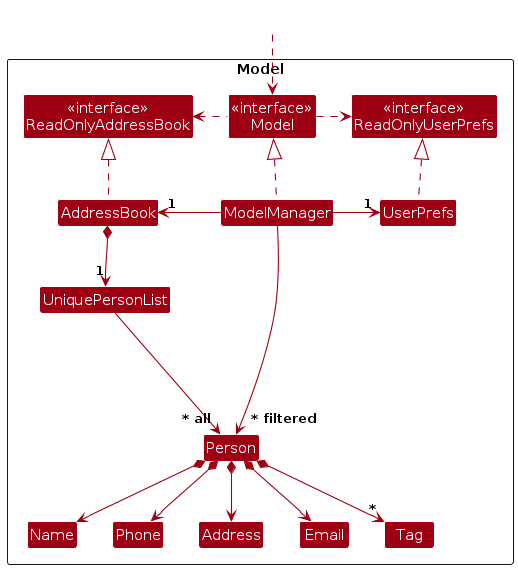
This is diagrams/ModelClassDiagram.png from AY2627S1-CS2103T-T16-1/tp, a PlantUML export, as it was before one commit. Its source is kept beside it as diagrams/ModelClassDiagram.puml. Its diagram source:
```plantuml
@startuml
!include style.puml
skinparam arrowThickness 1.1
skinparam arrowColor MODEL_COLOR
skinparam classBackgroundColor MODEL_COLOR

Package Model as ModelPackage <<Rectangle>>{
Class "<<interface>>\nReadOnlyAddressBook" as ReadOnlyAddressBook
Class "<<interface>>\nReadOnlyUserPrefs" as ReadOnlyUserPrefs
Class "<<interface>>\nModel" as Model
Class AddressBook
Class ModelManager
Class UserPrefs

Class UniquePersonList
Class Person
Class Address
Class Email
Class Name
Class Phone
Class Tag

Class I #FFFFFF
}

Class HiddenOutside #FFFFFF
HiddenOutside ..> Model

AddressBook .up.|> ReadOnlyAddressBook

ModelManager .up.|> Model
Model .right.> ReadOnlyUserPrefs
Model .left.> ReadOnlyAddressBook
ModelManager -left-> "1" AddressBook
ModelManager -right-> "1" UserPrefs
UserPrefs .up.|> ReadOnlyUserPrefs

AddressBook *--> "1" UniquePersonList
UniquePersonList --> "~* all" Person
Person *--> Name
Person *--> Phone
Person *--> Email
Person *--> Address
Person *--> "*" Tag

Person -[hidden]up--> I
UniquePersonList -[hidden]right-> I

Name -[hidden]right-> Phone
Phone -[hidden]right-> Address
Address -[hidden]right-> Email

ModelManager --> "~* filtered" Person
@enduml
```
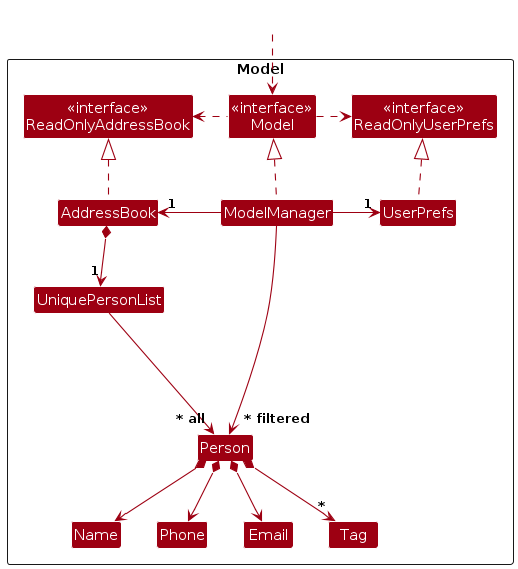
Above is the later version.

Change to the diagram source:
```diff
@@ -14,7 +14,6 @@
 
 Class UniquePersonList
 Class Person
-Class Address
 Class Email
 Class Name
 Class Phone
@@ -40,15 +39,13 @@
 Person *--> Name
 Person *--> Phone
 Person *--> Email
-Person *--> Address
 Person *--> "*" Tag
 
 Person -[hidden]up--> I
 UniquePersonList -[hidden]right-> I
 
 Name -[hidden]right-> Phone
-Phone -[hidden]right-> Address
-Address -[hidden]right-> Email
+Phone -[hidden]right-> Email
 
 ModelManager --> "~* filtered" Person
 @enduml
```
